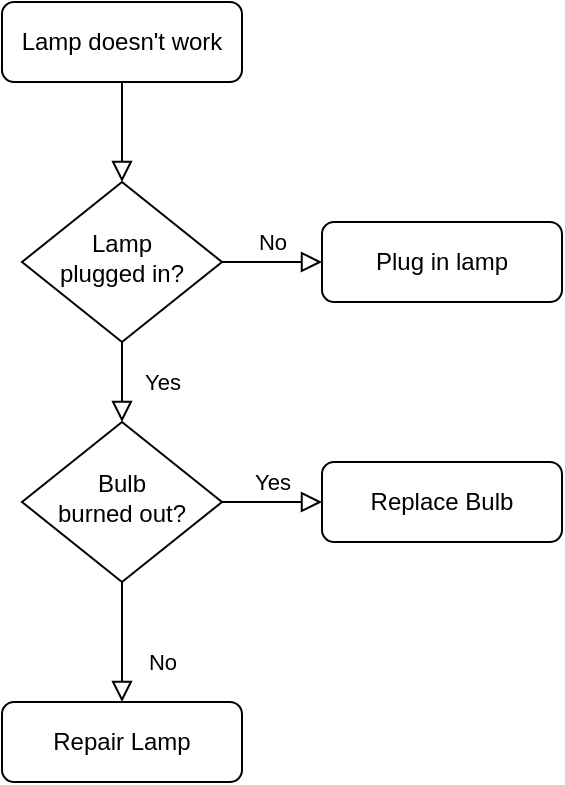
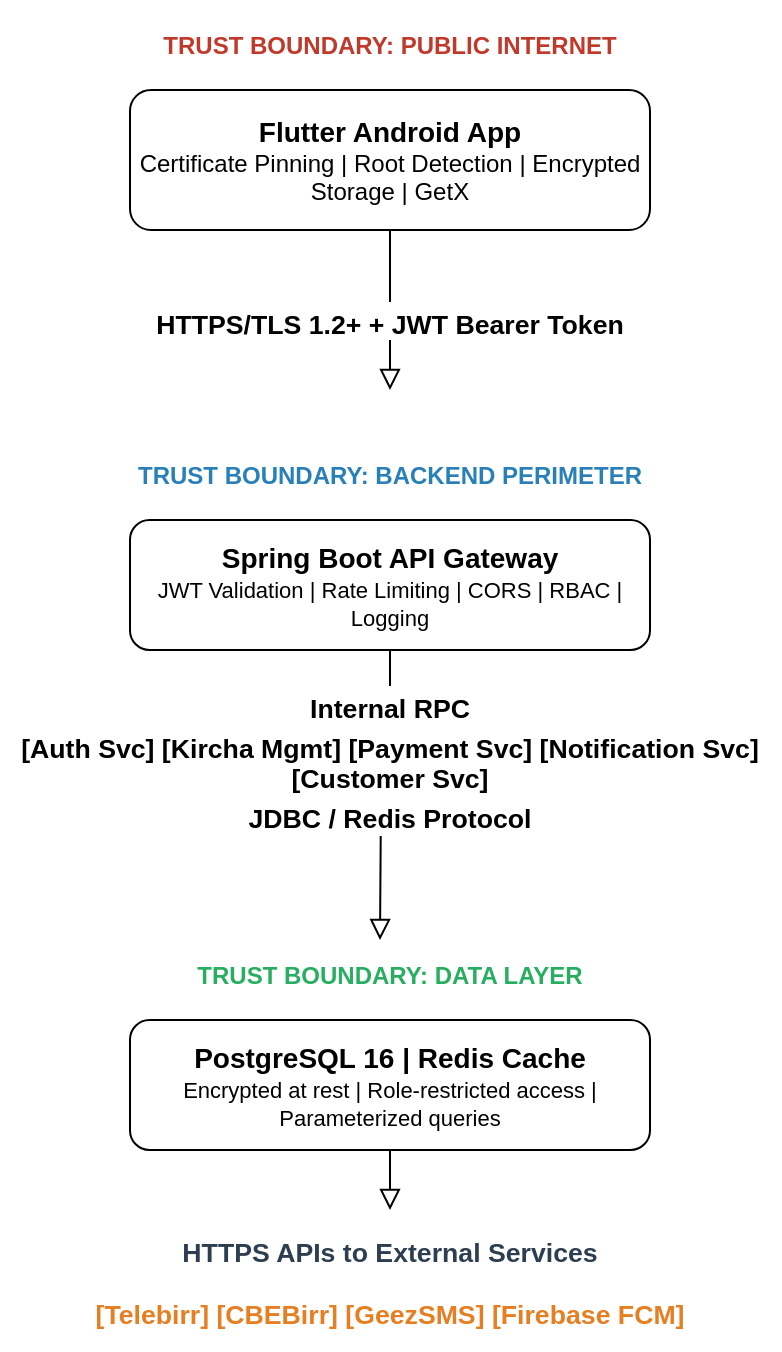
<mxfile host="app.diagrams.net">
  <diagram id="C5RBs43oDa-KdzZeNtuy" name="Page-1">
-     <mxGraphModel dx="1223" dy="898" grid="1" gridSize="10" guides="1" tooltips="1" connect="1" arrows="1" fold="1" page="1" pageScale="1" pageWidth="827" pageHeight="1169" math="0" shadow="0">
+     <mxGraphModel dx="1030" dy="583" grid="1" gridSize="10" guides="1" tooltips="1" connect="1" arrows="1" fold="1" page="1" pageScale="1" pageWidth="827" pageHeight="1169" math="0" shadow="0">
      <root>
        <mxCell id="WIyWlLk6GJQsqaUBKTNV-0" />
        <mxCell id="WIyWlLk6GJQsqaUBKTNV-1" parent="WIyWlLk6GJQsqaUBKTNV-0" />
-         <mxCell id="WIyWlLk6GJQsqaUBKTNV-2" value="" style="rounded=0;html=1;jettySize=auto;orthogonalLoop=1;fontSize=11;endArrow=block;endFill=0;endSize=8;strokeWidth=1;shadow=0;labelBackgroundColor=none;edgeStyle=orthogonalEdgeStyle;" parent="WIyWlLk6GJQsqaUBKTNV-1" source="WIyWlLk6GJQsqaUBKTNV-3" target="WIyWlLk6GJQsqaUBKTNV-6" edge="1">
-           <mxGeometry relative="1" as="geometry" />
-         </mxCell>
-         <mxCell id="WIyWlLk6GJQsqaUBKTNV-3" value="Lamp doesn&#39;t work" style="rounded=1;whiteSpace=wrap;html=1;fontSize=12;glass=0;strokeWidth=1;shadow=0;" parent="WIyWlLk6GJQsqaUBKTNV-1" vertex="1">
-           <mxGeometry x="160" y="80" width="120" height="40" as="geometry" />
-         </mxCell>
-         <mxCell id="WIyWlLk6GJQsqaUBKTNV-4" value="Yes" style="rounded=0;html=1;jettySize=auto;orthogonalLoop=1;fontSize=11;endArrow=block;endFill=0;endSize=8;strokeWidth=1;shadow=0;labelBackgroundColor=none;edgeStyle=orthogonalEdgeStyle;" parent="WIyWlLk6GJQsqaUBKTNV-1" source="WIyWlLk6GJQsqaUBKTNV-6" target="WIyWlLk6GJQsqaUBKTNV-10" edge="1">
-           <mxGeometry y="20" relative="1" as="geometry">
-             <mxPoint as="offset" />
+         <mxCell id="WIyWlLk6GJQsqaUBKTNV-2" edge="1" parent="WIyWlLk6GJQsqaUBKTNV-1" source="WIyWlLk6GJQsqaUBKTNV-3" style="rounded=0;html=1;jettySize=auto;orthogonalLoop=1;fontSize=11;endArrow=block;endFill=0;endSize=8;strokeWidth=1;shadow=0;labelBackgroundColor=none;edgeStyle=orthogonalEdgeStyle;" value="">
+           <mxGeometry relative="1" as="geometry">
+             <mxPoint x="310" y="220" as="targetPoint" />
          </mxGeometry>
        </mxCell>
-         <mxCell id="WIyWlLk6GJQsqaUBKTNV-5" value="No" style="edgeStyle=orthogonalEdgeStyle;rounded=0;html=1;jettySize=auto;orthogonalLoop=1;fontSize=11;endArrow=block;endFill=0;endSize=8;strokeWidth=1;shadow=0;labelBackgroundColor=none;" parent="WIyWlLk6GJQsqaUBKTNV-1" source="WIyWlLk6GJQsqaUBKTNV-6" target="WIyWlLk6GJQsqaUBKTNV-7" edge="1">
-           <mxGeometry y="10" relative="1" as="geometry">
-             <mxPoint as="offset" />
+         <mxCell id="EC1OLnHcg-hDZEbeRDg6-1" connectable="0" parent="WIyWlLk6GJQsqaUBKTNV-2" style="edgeLabel;html=1;align=center;verticalAlign=middle;resizable=0;points=[];" value="&lt;p class=&quot;western&quot; align=&quot;center&quot; style=&quot;color: rgb(0, 0, 0); line-height: 14.6667px; text-align: left; margin-bottom: 0in; direction: ltr; background: transparent; font-family: Arial, serif; font-size: 11pt; white-space: normal; margin-top: 0.04in;&quot;&gt;&lt;br&gt;&lt;/p&gt;" vertex="1">
+           <mxGeometry relative="1" x="-0.31" y="-2" as="geometry">
+             <mxPoint x="2" y="12" as="offset" />
          </mxGeometry>
        </mxCell>
-         <mxCell id="WIyWlLk6GJQsqaUBKTNV-6" value="Lamp&lt;br&gt;plugged in?" style="rhombus;whiteSpace=wrap;html=1;shadow=0;fontFamily=Helvetica;fontSize=12;align=center;strokeWidth=1;spacing=6;spacingTop=-4;" parent="WIyWlLk6GJQsqaUBKTNV-1" vertex="1">
-           <mxGeometry x="170" y="170" width="100" height="80" as="geometry" />
+         <mxCell id="WIyWlLk6GJQsqaUBKTNV-3" parent="WIyWlLk6GJQsqaUBKTNV-1" style="rounded=1;whiteSpace=wrap;html=1;fontSize=12;glass=0;strokeWidth=1;shadow=0;" value="&lt;div&gt;&lt;b&gt;&lt;font style=&quot;font-size: 14px;&quot;&gt;Flutter Android App&lt;/font&gt;&lt;/b&gt;&lt;/div&gt;&lt;div&gt;Certificate Pinning | Root Detection | Encrypted Storage | GetX&lt;/div&gt;" vertex="1">
+           <mxGeometry height="70" width="260" x="180" y="70" as="geometry" />
        </mxCell>
-         <mxCell id="WIyWlLk6GJQsqaUBKTNV-7" value="Plug in lamp" style="rounded=1;whiteSpace=wrap;html=1;fontSize=12;glass=0;strokeWidth=1;shadow=0;" parent="WIyWlLk6GJQsqaUBKTNV-1" vertex="1">
-           <mxGeometry x="320" y="190" width="120" height="40" as="geometry" />
+         <mxCell id="EC1OLnHcg-hDZEbeRDg6-0" parent="WIyWlLk6GJQsqaUBKTNV-1" style="text;html=1;whiteSpace=wrap;strokeColor=none;fillColor=none;align=center;verticalAlign=middle;rounded=0;" value="&lt;p class=&quot;western&quot; align=&quot;center&quot; style=&quot;color: rgb(0, 0, 0); line-height: 14.6667px; text-align: left; margin-bottom: 0in; direction: ltr; background: transparent; font-family: Arial, serif; font-size: 11pt;&quot;&gt;&lt;font color=&quot;#c0392b&quot;&gt;&lt;font style=&quot;font-size: 9pt;&quot;&gt;&lt;b&gt;TRUST BOUNDARY: PUBLIC INTERNET&lt;/b&gt;&lt;/font&gt;&lt;/font&gt;&lt;/p&gt;" vertex="1">
+           <mxGeometry height="30" width="260" x="180" y="25" as="geometry" />
        </mxCell>
-         <mxCell id="WIyWlLk6GJQsqaUBKTNV-8" value="No" style="rounded=0;html=1;jettySize=auto;orthogonalLoop=1;fontSize=11;endArrow=block;endFill=0;endSize=8;strokeWidth=1;shadow=0;labelBackgroundColor=none;edgeStyle=orthogonalEdgeStyle;" parent="WIyWlLk6GJQsqaUBKTNV-1" source="WIyWlLk6GJQsqaUBKTNV-10" target="WIyWlLk6GJQsqaUBKTNV-11" edge="1">
-           <mxGeometry x="0.3333" y="20" relative="1" as="geometry">
-             <mxPoint as="offset" />
+         <mxCell id="EC1OLnHcg-hDZEbeRDg6-2" edge="1" parent="WIyWlLk6GJQsqaUBKTNV-1" source="EC1OLnHcg-hDZEbeRDg6-4" style="rounded=0;html=1;jettySize=auto;orthogonalLoop=1;fontSize=11;endArrow=block;endFill=0;endSize=8;strokeWidth=1;shadow=0;labelBackgroundColor=none;edgeStyle=orthogonalEdgeStyle;" value="">
+           <mxGeometry relative="1" as="geometry">
+             <mxPoint x="305" y="495" as="targetPoint" />
          </mxGeometry>
        </mxCell>
-         <mxCell id="WIyWlLk6GJQsqaUBKTNV-9" value="Yes" style="edgeStyle=orthogonalEdgeStyle;rounded=0;html=1;jettySize=auto;orthogonalLoop=1;fontSize=11;endArrow=block;endFill=0;endSize=8;strokeWidth=1;shadow=0;labelBackgroundColor=none;" parent="WIyWlLk6GJQsqaUBKTNV-1" source="WIyWlLk6GJQsqaUBKTNV-10" target="WIyWlLk6GJQsqaUBKTNV-12" edge="1">
-           <mxGeometry y="10" relative="1" as="geometry">
-             <mxPoint as="offset" />
+         <mxCell id="EC1OLnHcg-hDZEbeRDg6-3" connectable="0" parent="EC1OLnHcg-hDZEbeRDg6-2" style="edgeLabel;html=1;align=center;verticalAlign=middle;resizable=0;points=[];" value="&lt;p class=&quot;western&quot; align=&quot;center&quot; style=&quot;color: rgb(0, 0, 0); line-height: 14.6667px; text-align: left; margin-bottom: 0in; direction: ltr; background: transparent; font-family: Arial, serif; font-size: 11pt; white-space: normal; margin-top: 0.04in;&quot;&gt;&lt;br&gt;&lt;/p&gt;" vertex="1">
+           <mxGeometry relative="1" x="-0.31" y="-2" as="geometry">
+             <mxPoint x="92" y="80" as="offset" />
          </mxGeometry>
        </mxCell>
-         <mxCell id="WIyWlLk6GJQsqaUBKTNV-10" value="Bulb&lt;br&gt;burned out?" style="rhombus;whiteSpace=wrap;html=1;shadow=0;fontFamily=Helvetica;fontSize=12;align=center;strokeWidth=1;spacing=6;spacingTop=-4;" parent="WIyWlLk6GJQsqaUBKTNV-1" vertex="1">
-           <mxGeometry x="170" y="290" width="100" height="80" as="geometry" />
+         <mxCell id="EC1OLnHcg-hDZEbeRDg6-4" parent="WIyWlLk6GJQsqaUBKTNV-1" style="rounded=1;whiteSpace=wrap;html=1;fontSize=12;glass=0;strokeWidth=1;shadow=0;" value="&lt;div&gt;&lt;div&gt;&lt;span style=&quot;font-size: 14px;&quot;&gt;&lt;b&gt;Spring Boot API Gateway&lt;/b&gt;&lt;/span&gt;&lt;/div&gt;&lt;div&gt;&lt;font style=&quot;font-size: 11px;&quot;&gt;J&lt;font style=&quot;&quot;&gt;WT Validation | Rate Limiting | CORS | RBAC | Logging&lt;/font&gt;&lt;/font&gt;&lt;/div&gt;&lt;/div&gt;" vertex="1">
+           <mxGeometry height="65" width="260" x="180" y="285" as="geometry" />
        </mxCell>
-         <mxCell id="WIyWlLk6GJQsqaUBKTNV-11" value="Repair Lamp" style="rounded=1;whiteSpace=wrap;html=1;fontSize=12;glass=0;strokeWidth=1;shadow=0;" parent="WIyWlLk6GJQsqaUBKTNV-1" vertex="1">
-           <mxGeometry x="160" y="430" width="120" height="40" as="geometry" />
+         <mxCell id="EC1OLnHcg-hDZEbeRDg6-5" parent="WIyWlLk6GJQsqaUBKTNV-1" style="text;html=1;whiteSpace=wrap;strokeColor=none;fillColor=none;align=center;verticalAlign=middle;rounded=0;" value="&lt;p class=&quot;western&quot; align=&quot;center&quot; style=&quot;color: rgb(0, 0, 0); line-height: 14.6667px; text-align: left; margin-bottom: 0in; direction: ltr; background: transparent; font-family: Arial, serif; font-size: 11pt;&quot;&gt;&lt;font color=&quot;#2980b9&quot;&gt;&lt;font style=&quot;font-size: 9pt;&quot;&gt;&lt;b&gt;TRUST BOUNDARY: BACKEND PERIMETER&lt;/b&gt;&lt;/font&gt;&lt;/font&gt;&lt;/p&gt;" vertex="1">
+           <mxGeometry height="30" width="260" x="180" y="240" as="geometry" />
        </mxCell>
-         <mxCell id="WIyWlLk6GJQsqaUBKTNV-12" value="Replace Bulb" style="rounded=1;whiteSpace=wrap;html=1;fontSize=12;glass=0;strokeWidth=1;shadow=0;" parent="WIyWlLk6GJQsqaUBKTNV-1" vertex="1">
-           <mxGeometry x="320" y="310" width="120" height="40" as="geometry" />
+         <mxCell id="EC1OLnHcg-hDZEbeRDg6-6" parent="WIyWlLk6GJQsqaUBKTNV-1" style="text;html=1;whiteSpace=wrap;strokeColor=none;fillColor=none;align=center;verticalAlign=middle;rounded=0;labelBackgroundColor=default;" value="&lt;p class=&quot;western&quot; style=&quot;color: rgb(0, 0, 0); line-height: 14.6667px; margin-bottom: 0in; direction: ltr; background-image: initial; background-position: initial; background-size: initial; background-repeat: initial; background-attachment: initial; background-origin: initial; background-clip: initial; font-family: Arial, serif; font-size: 11pt; margin-top: 0.04in;&quot;&gt;&lt;font&gt;&lt;font style=&quot;font-size: 10pt;&quot;&gt;&lt;b&gt;Internal RPC&lt;/b&gt;&lt;/font&gt;&lt;/font&gt;&lt;/p&gt;&lt;p class=&quot;western&quot; style=&quot;color: rgb(0, 0, 0); line-height: 14.6667px; margin-bottom: 0in; direction: ltr; background-image: initial; background-position: initial; background-size: initial; background-repeat: initial; background-attachment: initial; background-origin: initial; background-clip: initial; font-family: Arial, serif; font-size: 11pt; margin-top: 0.04in;&quot;&gt;&lt;b style=&quot;font-size: 10pt; color: light-dark(rgb(0, 0, 0), rgb(237, 237, 237)); background-color: light-dark(#ffffff, var(--ge-dark-color, #121212));&quot;&gt;[Auth Svc] [Kircha Mgmt] [Payment Svc] [Notification Svc] [Customer Svc]&lt;/b&gt;&lt;/p&gt;&lt;p class=&quot;western&quot; style=&quot;color: rgb(0, 0, 0); line-height: 14.6667px; margin-bottom: 0in; direction: ltr; background-image: initial; background-position: initial; background-size: initial; background-repeat: initial; background-attachment: initial; background-origin: initial; background-clip: initial; font-family: Arial, serif; font-size: 11pt; margin-top: 0.04in;&quot;&gt;&lt;font&gt;&lt;font style=&quot;font-size: 10pt;&quot;&gt;&lt;b&gt;JDBC / Redis Protocol&lt;/b&gt;&lt;/font&gt;&lt;/font&gt;&lt;/p&gt;" vertex="1">
+           <mxGeometry height="30" width="390" x="115" y="390" as="geometry" />
+         </mxCell>
+         <mxCell id="EC1OLnHcg-hDZEbeRDg6-7" parent="WIyWlLk6GJQsqaUBKTNV-1" style="text;html=1;whiteSpace=wrap;strokeColor=none;fillColor=none;align=center;verticalAlign=middle;rounded=0;fontColor=default;labelBackgroundColor=default;" value="&lt;p class=&quot;western&quot; style=&quot;line-height: 14.6667px; margin-bottom: 0in; direction: ltr; background-image: initial; background-position: initial; background-size: initial; background-repeat: initial; background-attachment: initial; background-origin: initial; background-clip: initial; font-family: Arial, serif; font-size: 11pt; margin-top: 0.04in;&quot;&gt;&lt;b style=&quot;font-size: 13.3333px; text-align: left;&quot;&gt;HTTPS/TLS 1.2+ + JWT Bearer Token&lt;/b&gt;&lt;/p&gt;" vertex="1">
+           <mxGeometry height="30" width="390" x="115" y="170" as="geometry" />
+         </mxCell>
+         <mxCell id="EC1OLnHcg-hDZEbeRDg6-8" edge="1" parent="WIyWlLk6GJQsqaUBKTNV-1" source="EC1OLnHcg-hDZEbeRDg6-10" style="rounded=0;html=1;jettySize=auto;orthogonalLoop=1;fontSize=11;endArrow=block;endFill=0;endSize=8;strokeWidth=1;shadow=0;labelBackgroundColor=none;edgeStyle=orthogonalEdgeStyle;" value="">
+           <mxGeometry relative="1" as="geometry">
+             <mxPoint x="310" y="630" as="targetPoint" />
+           </mxGeometry>
+         </mxCell>
+         <mxCell id="EC1OLnHcg-hDZEbeRDg6-9" connectable="0" parent="EC1OLnHcg-hDZEbeRDg6-8" style="edgeLabel;html=1;align=center;verticalAlign=middle;resizable=0;points=[];" value="&lt;p class=&quot;western&quot; align=&quot;center&quot; style=&quot;color: rgb(0, 0, 0); line-height: 14.6667px; text-align: left; margin-bottom: 0in; direction: ltr; background: transparent; font-family: Arial, serif; font-size: 11pt; white-space: normal; margin-top: 0.04in;&quot;&gt;&lt;br&gt;&lt;/p&gt;" vertex="1">
+           <mxGeometry relative="1" x="-0.31" y="-2" as="geometry">
+             <mxPoint x="92" y="80" as="offset" />
+           </mxGeometry>
+         </mxCell>
+         <mxCell id="EC1OLnHcg-hDZEbeRDg6-10" parent="WIyWlLk6GJQsqaUBKTNV-1" style="rounded=1;whiteSpace=wrap;html=1;fontSize=12;glass=0;strokeWidth=1;shadow=0;" value="&lt;div&gt;&lt;span style=&quot;font-size: 14px;&quot;&gt;&lt;b&gt;PostgreSQL 16 | Redis Cache&lt;/b&gt;&lt;/span&gt;&lt;/div&gt;&lt;div&gt;&lt;font style=&quot;font-size: 11px;&quot;&gt;Encrypted at rest | Role-restricted access | Parameterized queries&lt;/font&gt;&lt;/div&gt;" vertex="1">
+           <mxGeometry height="65" width="260" x="180" y="535" as="geometry" />
+         </mxCell>
+         <mxCell id="EC1OLnHcg-hDZEbeRDg6-11" parent="WIyWlLk6GJQsqaUBKTNV-1" style="text;html=1;whiteSpace=wrap;strokeColor=none;fillColor=none;align=center;verticalAlign=middle;rounded=0;" value="&lt;p class=&quot;western&quot; align=&quot;center&quot; style=&quot;color: rgb(0, 0, 0); line-height: 14.6667px; text-align: left; margin-bottom: 0in; direction: ltr; background: transparent; font-family: Arial, serif; font-size: 11pt;&quot;&gt;&lt;font color=&quot;#27ae60&quot;&gt;&lt;font style=&quot;font-size: 9pt;&quot;&gt;&lt;b&gt;TRUST BOUNDARY: DATA LAYER&lt;/b&gt;&lt;/font&gt;&lt;/font&gt;&lt;/p&gt;" vertex="1">
+           <mxGeometry height="30" width="260" x="180" y="490" as="geometry" />
+         </mxCell>
+         <mxCell id="EC1OLnHcg-hDZEbeRDg6-12" parent="WIyWlLk6GJQsqaUBKTNV-1" style="text;html=1;whiteSpace=wrap;strokeColor=none;fillColor=none;align=center;verticalAlign=middle;rounded=0;labelBackgroundColor=default;" value="&lt;p class=&quot;western&quot; style=&quot;color: rgb(0, 0, 0); line-height: 14.6667px; margin-bottom: 0in; direction: ltr; background: transparent; font-family: Arial, serif; font-size: 11pt; margin-top: 0.04in;&quot;&gt;&lt;font color=&quot;#2c3e50&quot;&gt;&lt;font style=&quot;font-size: 10pt;&quot;&gt;&lt;b&gt;HTTPS APIs to External Services&lt;/b&gt;&lt;/font&gt;&lt;/font&gt;&lt;/p&gt;&lt;p class=&quot;western&quot; style=&quot;color: rgb(0, 0, 0); line-height: 14.6667px; margin-bottom: 0in; direction: ltr; background: transparent; font-family: Arial, serif; font-size: 11pt;&quot;&gt;&lt;font color=&quot;#e67e22&quot;&gt;&lt;font style=&quot;font-size: 10pt;&quot;&gt;&lt;b&gt;[Telebirr] [CBEBirr] [GeezSMS] [Firebase FCM]&lt;/b&gt;&lt;/font&gt;&lt;/font&gt;&lt;/p&gt;" vertex="1">
+           <mxGeometry height="30" width="390" x="115" y="650" as="geometry" />
        </mxCell>
      </root>
    </mxGraphModel>
  </diagram>
</mxfile>
